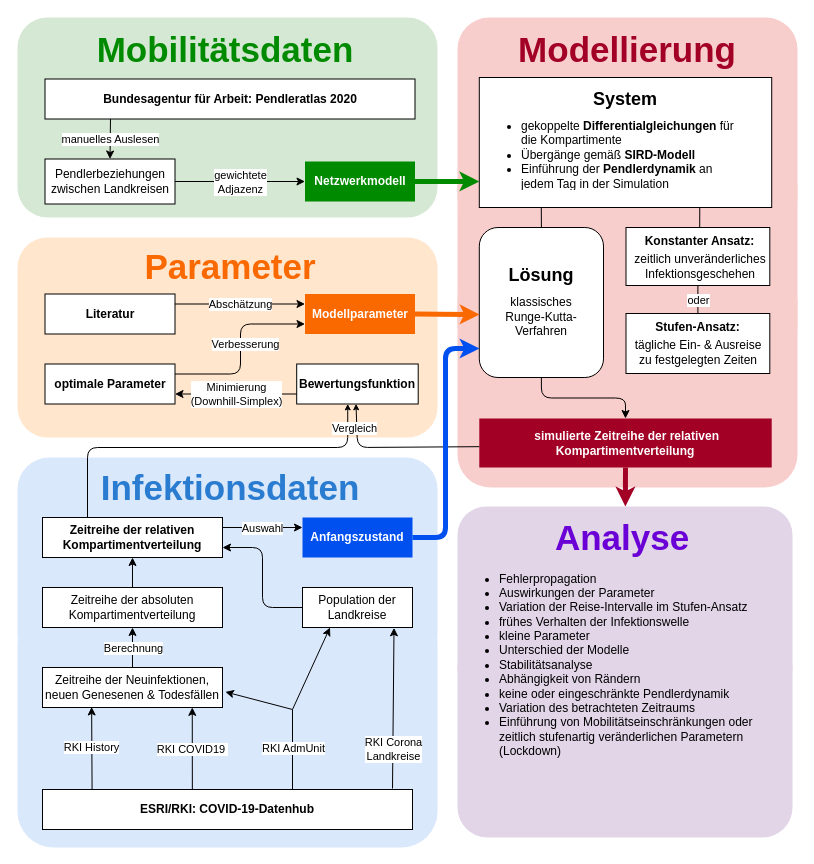
torbensun/Modeling-Of-Epidemics-With-Compartmental-And-Network-Models keeps this draw.io diagram as Media/Flowchart.drawio. Above is the earlier version. Source tidied: cells renumbered, new cells numbered last; positions are measured from the earlier drawing's top-left corner, leaving out a move shared by most shapes. Both pictures are drawn from the tidied source at 100%, with x=0, y=0 at pixel (17, 17).
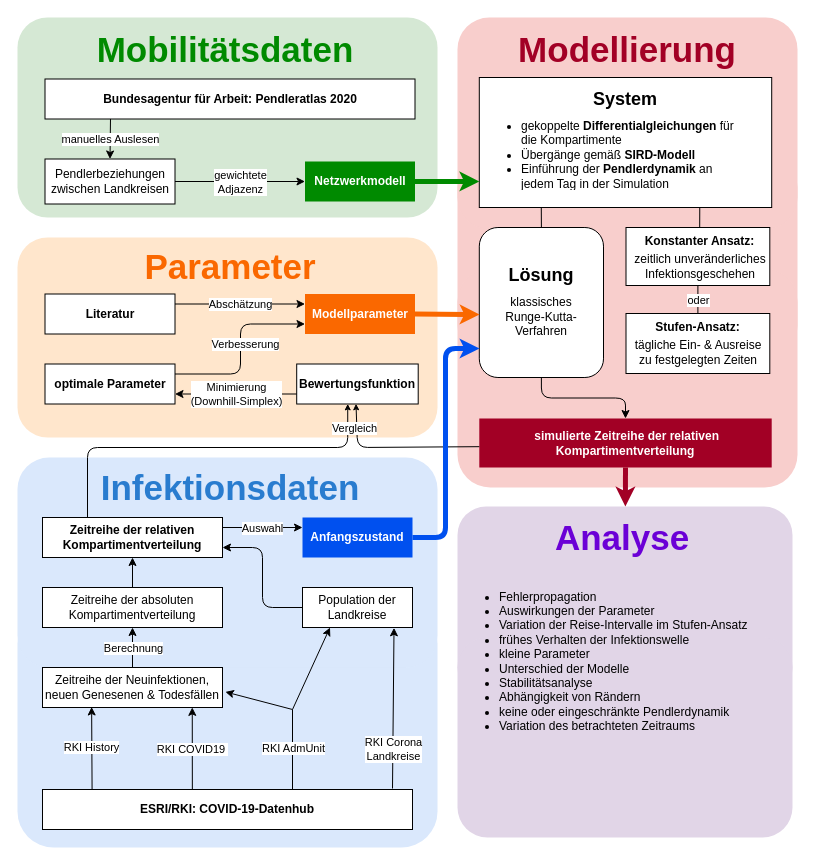
After the change.

The edit, as a diff of the source:
```diff
@@
-    <mxCell id="42" value="&lt;ul&gt;&lt;li&gt;Fehlerpropagation&lt;/li&gt;&lt;li&gt;Auswirkungen der Parameter&lt;/li&gt;&lt;li&gt;Variation der Reise-Intervalle im Stufen-Ansatz&lt;/li&gt;&lt;li&gt;frühes Verhalten der Infektionswelle&lt;/li&gt;&lt;li&gt;kleine Parameter&lt;/li&gt;&lt;li&gt;Unterschied der Modelle&lt;/li&gt;&lt;li&gt;Stabilitätsanalyse&lt;/li&gt;&lt;li&gt;Abhängigkeit von Rändern&lt;/li&gt;&lt;li&gt;keine oder eingeschränkte Pendlerdynamik&lt;/li&gt;&lt;li&gt;Variation des betrachteten Zeitraums&lt;/li&gt;&lt;li&gt;Einführung von Mobilitätseinschränkungen oder zeitlich stufenartig veränderlichen Parametern (Lockdown)&lt;/li&gt;&lt;/ul&gt;" style="text;strokeColor=none;fillColor=none;html=1;whiteSpace=wrap;verticalAlign=middle;overflow=hidden;fontSize=12;fontColor=#000000;" parent="1" vertex="1">
+    <mxCell id="42" value="&lt;ul&gt;&lt;li&gt;Fehlerpropagation&lt;/li&gt;&lt;li&gt;Auswirkungen der Parameter&lt;/li&gt;&lt;li&gt;Variation der Reise-Intervalle im Stufen-Ansatz&lt;/li&gt;&lt;li&gt;frühes Verhalten der Infektionswelle&lt;/li&gt;&lt;li&gt;kleine Parameter&lt;/li&gt;&lt;li&gt;Unterschied der Modelle&lt;/li&gt;&lt;li&gt;Stabilitätsanalyse&lt;/li&gt;&lt;li&gt;Abhängigkeit von Rändern&lt;/li&gt;&lt;li&gt;keine oder eingeschränkte Pendlerdynamik&lt;/li&gt;&lt;li&gt;Variation des betrachteten Zeitraums&lt;/li&gt;&lt;/ul&gt;" style="text;strokeColor=none;fillColor=none;html=1;whiteSpace=wrap;verticalAlign=middle;overflow=hidden;fontSize=12;fontColor=#000000;" parent="1" vertex="1">
       <mxGeometry x="440" y="540" width="301" height="208" as="geometry" />
     </mxCell>
```
